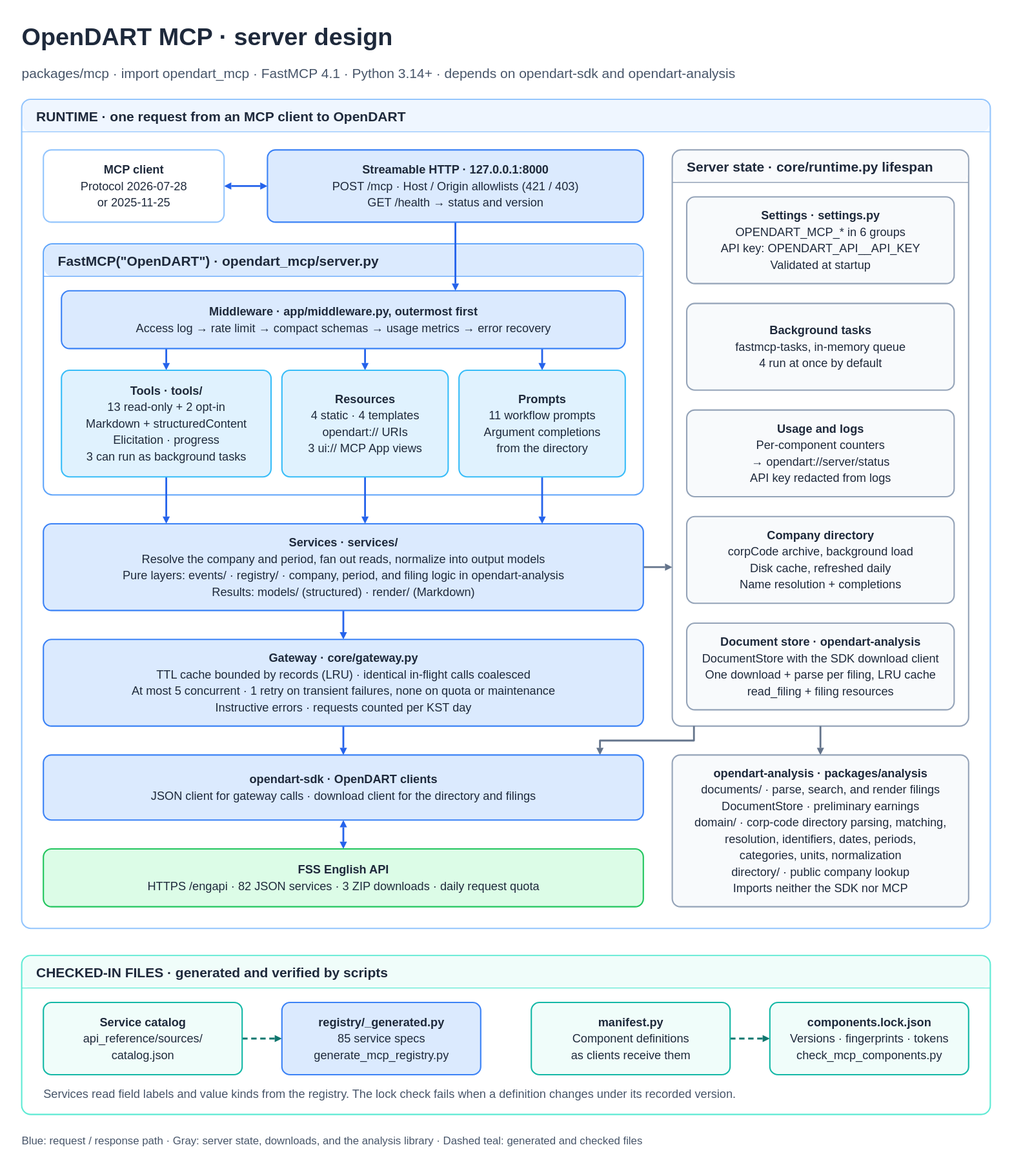
Before: packages/mcp/docs/architecture.svg, a diagram exported from draw.io (orestxherija/opendart). Source tidied: cells renumbered, new cells last; positions are measured from the earlier drawing's top-left corner, leaving out a move shared by most shapes.
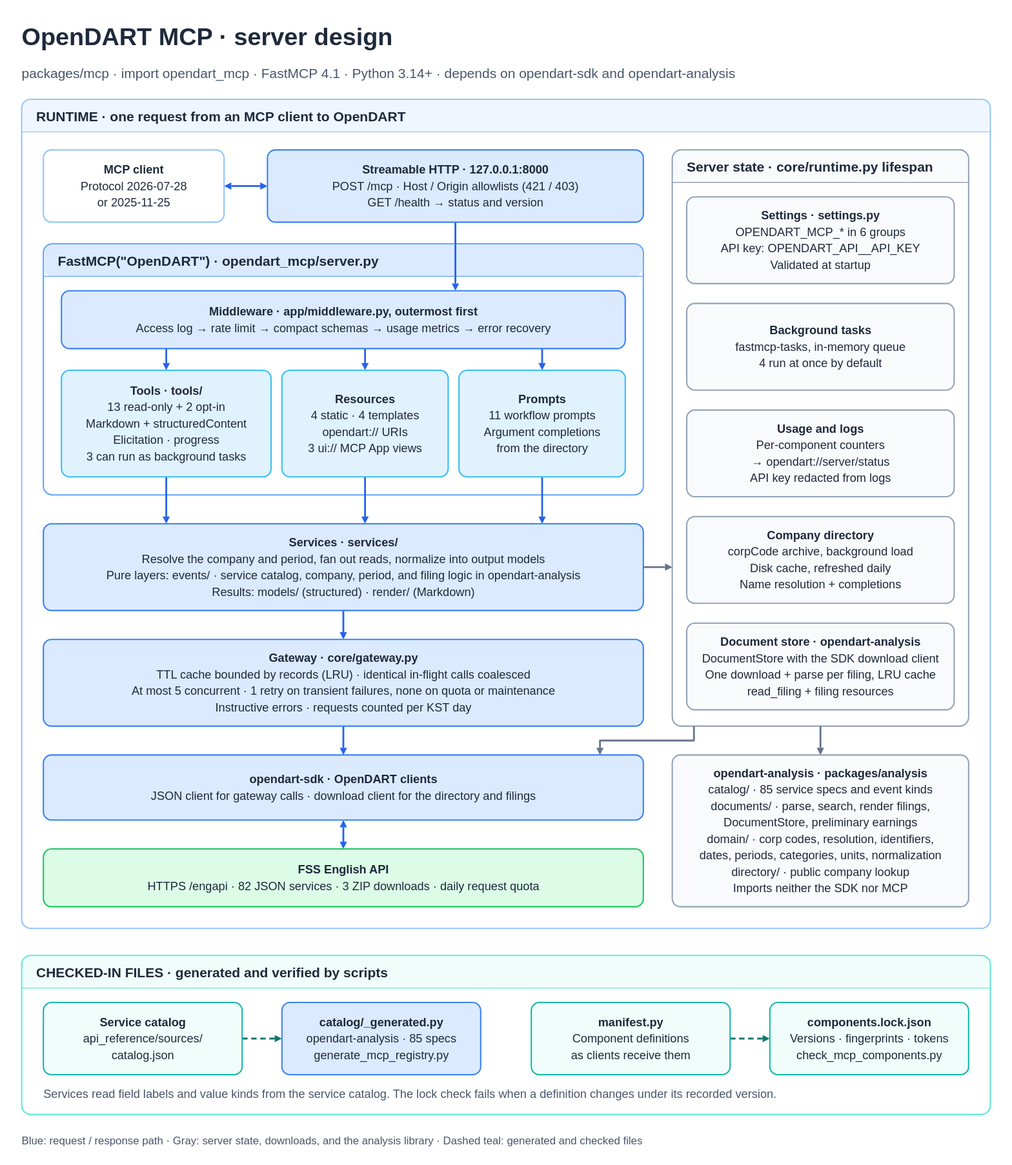
Later version of the same file.

Diff of the diagram source:
```diff
@@ -38,7 +38,7 @@
     <mxCell id="13" value="&lt;b&gt;Prompts&lt;/b&gt;&lt;br&gt;11 workflow prompts&lt;br&gt;Argument completions&lt;br&gt;from the directory" style="rounded=1;whiteSpace=wrap;html=1;fontFamily=Arial;fontColor=#1e293b;strokeWidth=1.5;spacing=12;fontSize=13;fillColor=#e0f2fe;strokeColor=#38bdf8;" parent="5" vertex="1">
       <mxGeometry x="460" y="140" width="184" height="118" as="geometry" />
     </mxCell>
-    <mxCell id="14" value="&lt;b&gt;Services · services/&lt;/b&gt;&lt;br&gt;Resolve the company and period, fan out reads, normalize into output models&lt;br&gt;Pure layers: events/ · registry/ · company, period, and filing logic in opendart-analysis&lt;br&gt;Results: models/ (structured) · render/ (Markdown)" style="rounded=1;whiteSpace=wrap;html=1;fontFamily=Arial;fontColor=#1e293b;strokeWidth=1.5;spacing=12;fontSize=13;fillColor=#dbeafe;strokeColor=#3b82f6;" parent="4" vertex="1">
+    <mxCell id="14" value="&lt;b&gt;Services · services/&lt;/b&gt;&lt;br&gt;Resolve the company and period, fan out reads, normalize into output models&lt;br&gt;Pure layers: events/ · service catalog, company, period, and filing logic in opendart-analysis&lt;br&gt;Results: models/ (structured) · render/ (Markdown)" style="rounded=1;whiteSpace=wrap;html=1;fontFamily=Arial;fontColor=#1e293b;strokeWidth=1.5;spacing=12;fontSize=13;fillColor=#dbeafe;strokeColor=#3b82f6;" parent="4" vertex="1">
       <mxGeometry x="24" y="470" width="664" height="96" as="geometry" />
     </mxCell>
     <mxCell id="15" value="&lt;b&gt;Gateway · core/gateway.py&lt;/b&gt;&lt;br&gt;TTL cache bounded by records (LRU) · identical in-flight calls coalesced&lt;br&gt;At most 5 concurrent · 1 retry on transient failures, none on quota or maintenance&lt;br&gt;Instructive errors · requests counted per KST day" style="rounded=1;whiteSpace=wrap;html=1;fontFamily=Arial;fontColor=#1e293b;strokeWidth=1.5;spacing=12;fontSize=13;fillColor=#dbeafe;strokeColor=#3b82f6;" parent="4" vertex="1">
@@ -65,13 +65,13 @@
     <mxCell id="22" value="&lt;b&gt;FSS English API&lt;/b&gt;&lt;br&gt;HTTPS /engapi · 82 JSON services · 3 ZIP downloads · daily request quota" style="rounded=1;whiteSpace=wrap;html=1;fontFamily=Arial;fontColor=#1e293b;strokeWidth=1.5;spacing=12;fontSize=13;fillColor=#dcfce7;strokeColor=#22c55e;" parent="4" vertex="1">
       <mxGeometry x="24" y="830" width="664" height="64" as="geometry" />
     </mxCell>
-    <mxCell id="23" value="&lt;b&gt;opendart-analysis · packages/analysis&lt;/b&gt;&lt;br&gt;documents/ · parse, search, and render filings&lt;br&gt;DocumentStore · preliminary earnings&lt;br&gt;domain/ · corp-code directory parsing, matching,&lt;br&gt;resolution, identifiers, dates, periods,&lt;br&gt;categories, units, normalization&lt;br&gt;directory/ · public company lookup&lt;br&gt;Imports neither the SDK nor MCP" style="rounded=1;whiteSpace=wrap;html=1;fontFamily=Arial;fontColor=#1e293b;strokeWidth=1.5;spacing=12;fontSize=13;fillColor=#f8fafc;strokeColor=#94a3b8;" parent="4" vertex="1">
+    <mxCell id="23" value="&lt;b&gt;opendart-analysis · packages/analysis&lt;/b&gt;&lt;br&gt;catalog/ · 85 service specs and event kinds&lt;br&gt;documents/ · parse, search, render filings,&lt;br&gt;DocumentStore, preliminary earnings&lt;br&gt;domain/ · corp codes, resolution, identifiers,&lt;br&gt;dates, periods, categories, units, normalization&lt;br&gt;directory/ · public company lookup&lt;br&gt;Imports neither the SDK nor MCP" style="rounded=1;whiteSpace=wrap;html=1;fontFamily=Arial;fontColor=#1e293b;strokeWidth=1.5;spacing=12;fontSize=13;fillColor=#f8fafc;strokeColor=#94a3b8;" parent="4" vertex="1">
       <mxGeometry x="720" y="726" width="328" height="168" as="geometry" />
     </mxCell>
     <mxCell id="24" value="&lt;b&gt;Service catalog&lt;/b&gt;&lt;br&gt;api_reference/sources/&lt;br&gt;catalog.json" style="rounded=1;whiteSpace=wrap;html=1;fontFamily=Arial;fontColor=#1e293b;strokeWidth=1.5;spacing=12;fontSize=13;fillColor=#f0fdfa;strokeColor=#14b8a6;" parent="7" vertex="1">
       <mxGeometry x="24" y="52" width="220" height="80" as="geometry" />
     </mxCell>
-    <mxCell id="25" value="&lt;b&gt;registry/_generated.py&lt;/b&gt;&lt;br&gt;85 service specs&lt;br&gt;generate_mcp_registry.py" style="rounded=1;whiteSpace=wrap;html=1;fontFamily=Arial;fontColor=#1e293b;strokeWidth=1.5;spacing=12;fontSize=13;fillColor=#dbeafe;strokeColor=#3b82f6;" parent="7" vertex="1">
+    <mxCell id="25" value="&lt;b&gt;catalog/_generated.py&lt;/b&gt;&lt;br&gt;opendart-analysis · 85 specs&lt;br&gt;generate_mcp_registry.py" style="rounded=1;whiteSpace=wrap;html=1;fontFamily=Arial;fontColor=#1e293b;strokeWidth=1.5;spacing=12;fontSize=13;fillColor=#dbeafe;strokeColor=#3b82f6;" parent="7" vertex="1">
       <mxGeometry x="288" y="52" width="220" height="80" as="geometry" />
     </mxCell>
     <mxCell id="26" value="&lt;b&gt;manifest.py&lt;/b&gt;&lt;br&gt;Component definitions&lt;br&gt;as clients receive them" style="rounded=1;whiteSpace=wrap;html=1;fontFamily=Arial;fontColor=#1e293b;strokeWidth=1.5;spacing=12;fontSize=13;fillColor=#f0fdfa;strokeColor=#14b8a6;" parent="7" vertex="1">
@@ -80,7 +80,7 @@
     <mxCell id="27" value="&lt;b&gt;components.lock.json&lt;/b&gt;&lt;br&gt;Versions · fingerprints · tokens&lt;br&gt;check_mcp_components.py" style="rounded=1;whiteSpace=wrap;html=1;fontFamily=Arial;fontColor=#1e293b;strokeWidth=1.5;spacing=12;fontSize=13;fillColor=#f0fdfa;strokeColor=#14b8a6;" parent="7" vertex="1">
       <mxGeometry x="828" y="52" width="220" height="80" as="geometry" />
     </mxCell>
-    <mxCell id="28" value="Services read field labels and value kinds from the registry. The lock check fails when a definition changes under its recorded version." style="rounded=1;whiteSpace=wrap;html=1;fontFamily=Arial;fontColor=#475569;strokeWidth=1.5;spacing=12;fontSize=13;fillColor=none;strokeColor=none;align=left;spacing=0;" parent="7" vertex="1">
+    <mxCell id="28" value="Services read field labels and value kinds from the service catalog. The lock check fails when a definition changes under its recorded version." style="rounded=1;whiteSpace=wrap;html=1;fontFamily=Arial;fontColor=#475569;strokeWidth=1.5;spacing=12;fontSize=13;fillColor=none;strokeColor=none;align=left;spacing=0;" parent="7" vertex="1">
       <mxGeometry x="24" y="142" width="1024" height="22" as="geometry" />
     </mxCell>
     <mxCell id="29" value="Blue: request / response path · Gray: server state, downloads, and the analysis library · Dashed teal: generated and checked files" style="rounded=1;whiteSpace=wrap;html=1;fontFamily=Arial;fontColor=#475569;strokeWidth=1.5;spacing=12;fontSize=12;fillColor=none;strokeColor=none;align=left;spacing=0;" parent="1" vertex="1">
```
